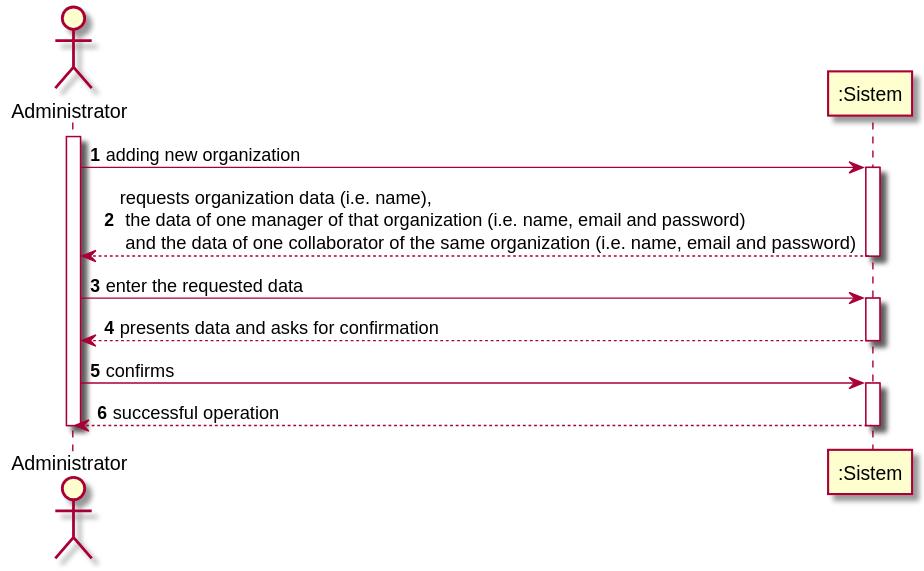
Above: docs/UC_08/UC08_SSD.svg in botelho-io/lapr2-2020-g029 (PlantUML), before the change.
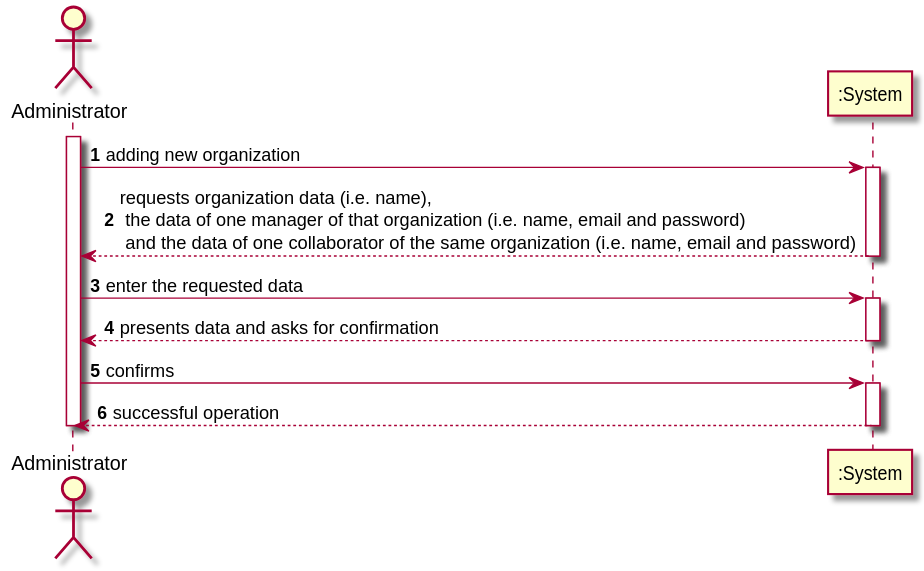
The same file after the commit.

Change to the diagram source:
```diff
@@ -3,20 +3,20 @@
 actor Administrator as A
 
 activate A
-A -> ":Sistem" : adding new organization
-activate ":Sistem"
-":Sistem" --> A : requests organization data (i.e. name),\n the data of one manager of that organization (i.e. name, email and password)\n and  the data of one collaborator of the same organization  (i.e. name, email and password)
-deactivate ":Sistem"
+A -> ":System" : adding new organization
+activate ":System"
+":System" --> A : requests organization data (i.e. name),\n the data of one manager of that organization (i.e. name, email and password)\n and  the data of one collaborator of the same organization  (i.e. name, email and password)
+deactivate ":System"
 
-A -> ":Sistem" : enter the requested data
-activate ":Sistem"
-":Sistem" --> A : presents data and asks for confirmation
-deactivate ":Sistem"
+A -> ":System" : enter the requested data
+activate ":System"
+":System" --> A : presents data and asks for confirmation
+deactivate ":System"
 
-A -> ":Sistem" : confirms
-activate ":Sistem"
-":Sistem" --> A : successful operation
-deactivate ":Sistem"
+A -> ":System" : confirms
+activate ":System"
+":System" --> A : successful operation
+deactivate ":System"
 
 deactivate A
 @enduml
```
